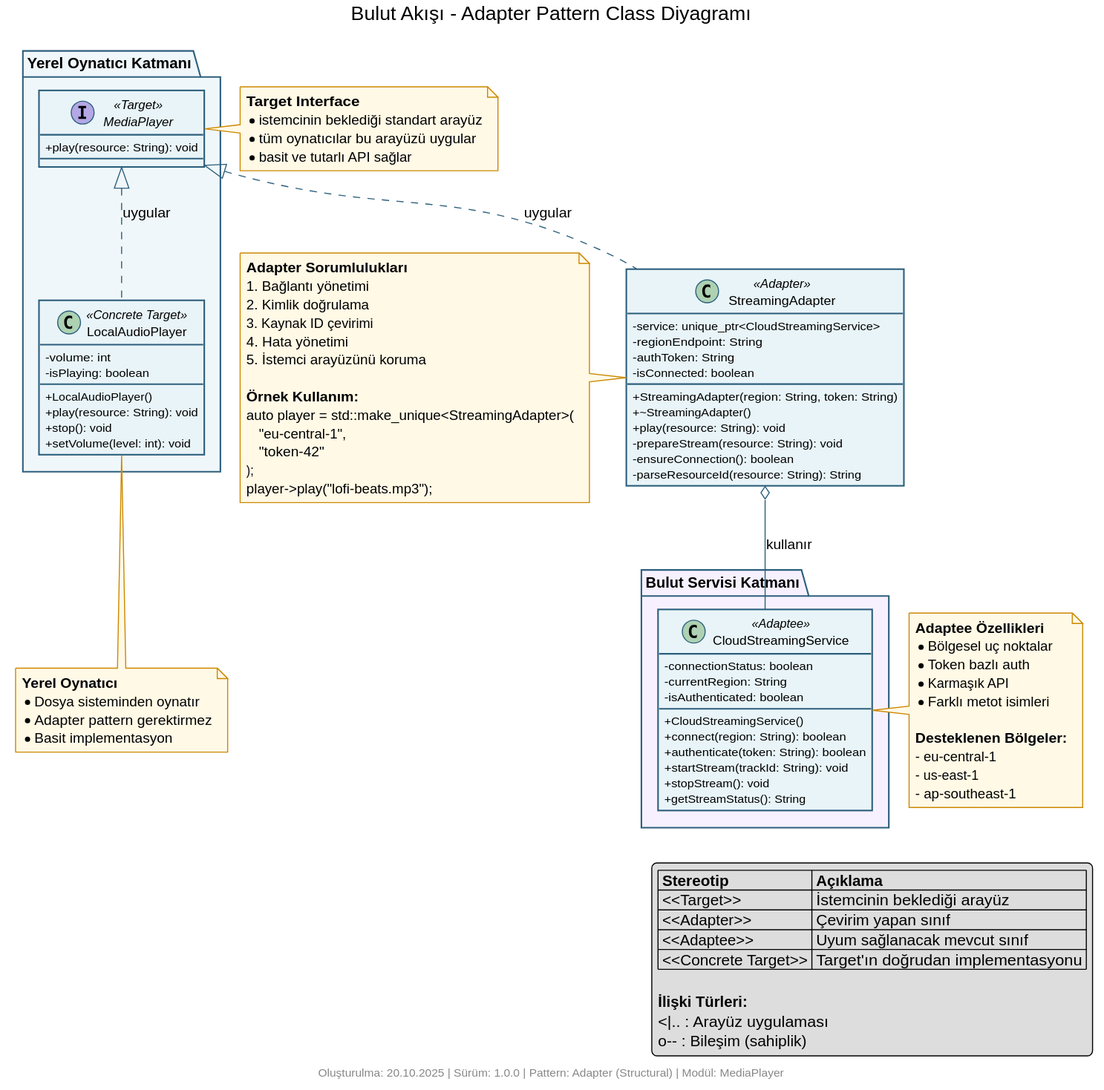
The PlantUML diagram structural/adapter/cloud_streaming/diagram.svg in kaayra2000/tasarim_kaliplari, before a commit.
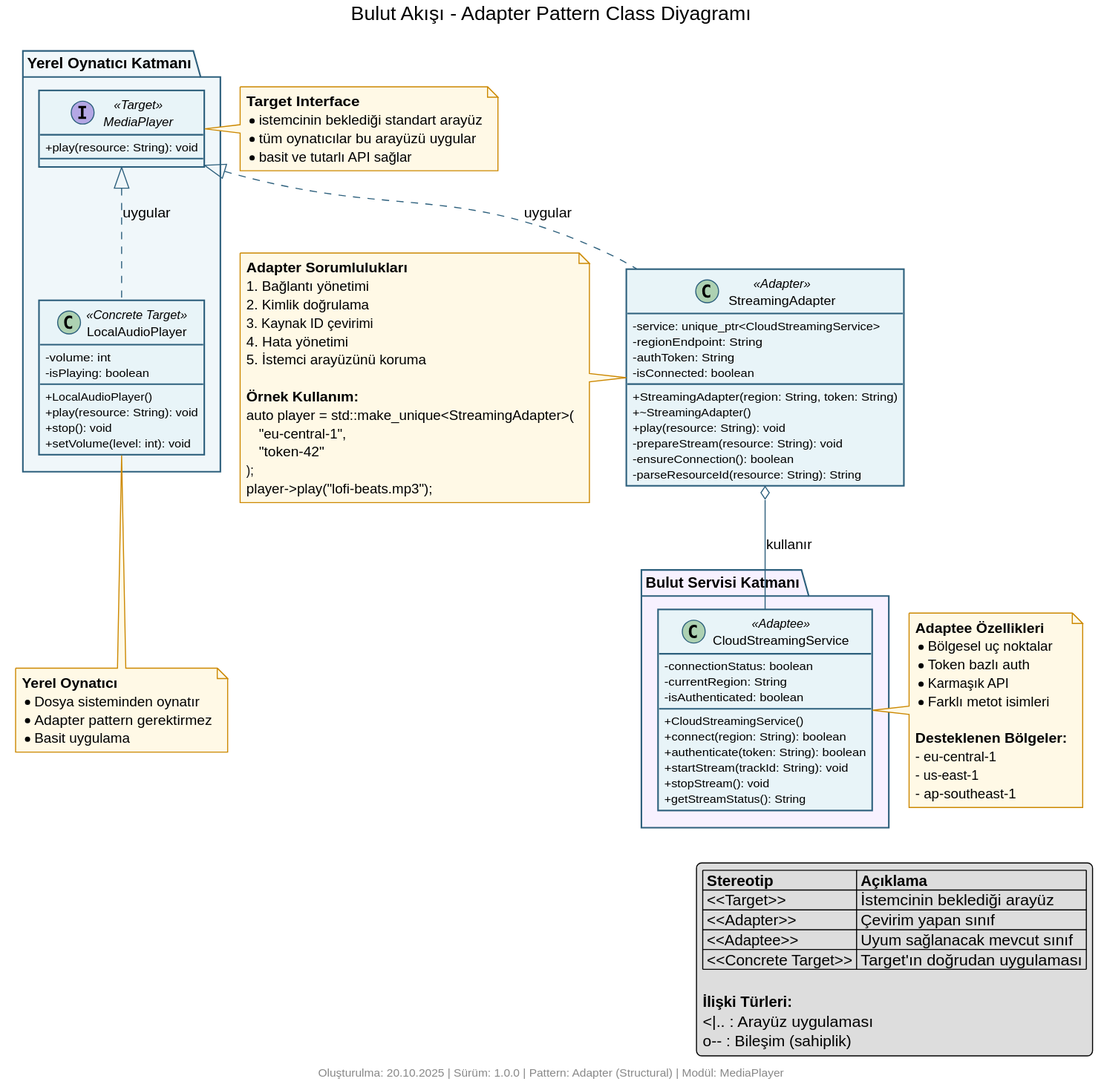
The same diagram one commit later.

The edit, as a diff of the source:
```diff
@@ -119,7 +119,7 @@
   **Yerel Oynatıcı**
   * Dosya sisteminden oynatır
   * Adapter pattern gerektirmez
-  * Basit implementasyon
+  * Basit uygulama
 end note
 
 legend right
@@ -127,7 +127,7 @@
   | <<Target>> | İstemcinin beklediği arayüz |
   | <<Adapter>> | Çevirim yapan sınıf |
   | <<Adaptee>> | Uyum sağlanacak mevcut sınıf |
-  | <<Concrete Target>> | Target'ın doğrudan implementasyonu |
+  | <<Concrete Target>> | Target'ın doğrudan uygulaması |
 
   **İlişki Türleri:**
   <|.. : Arayüz uygulaması
```
